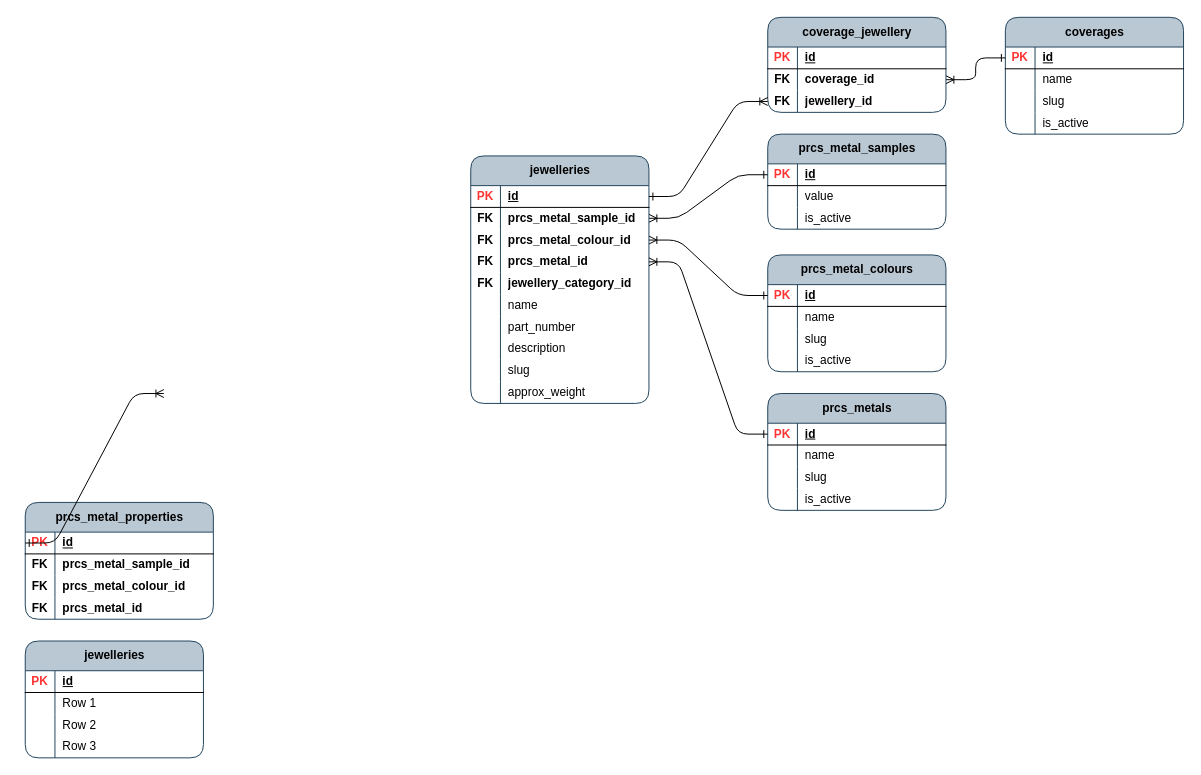
This is page "precious_metals" (5 of 6) of jewellery_items.drawio from acwstudio/app-ben-brumm, a draw.io file, before an edit. Source tidied: cells renumbered, new cells numbered last; positions are measured from the earlier drawing's top-left corner, leaving out a move shared by most shapes. Both pictures are drawn from the tidied source at 99%, with x=0, y=0 at pixel (25, 17).
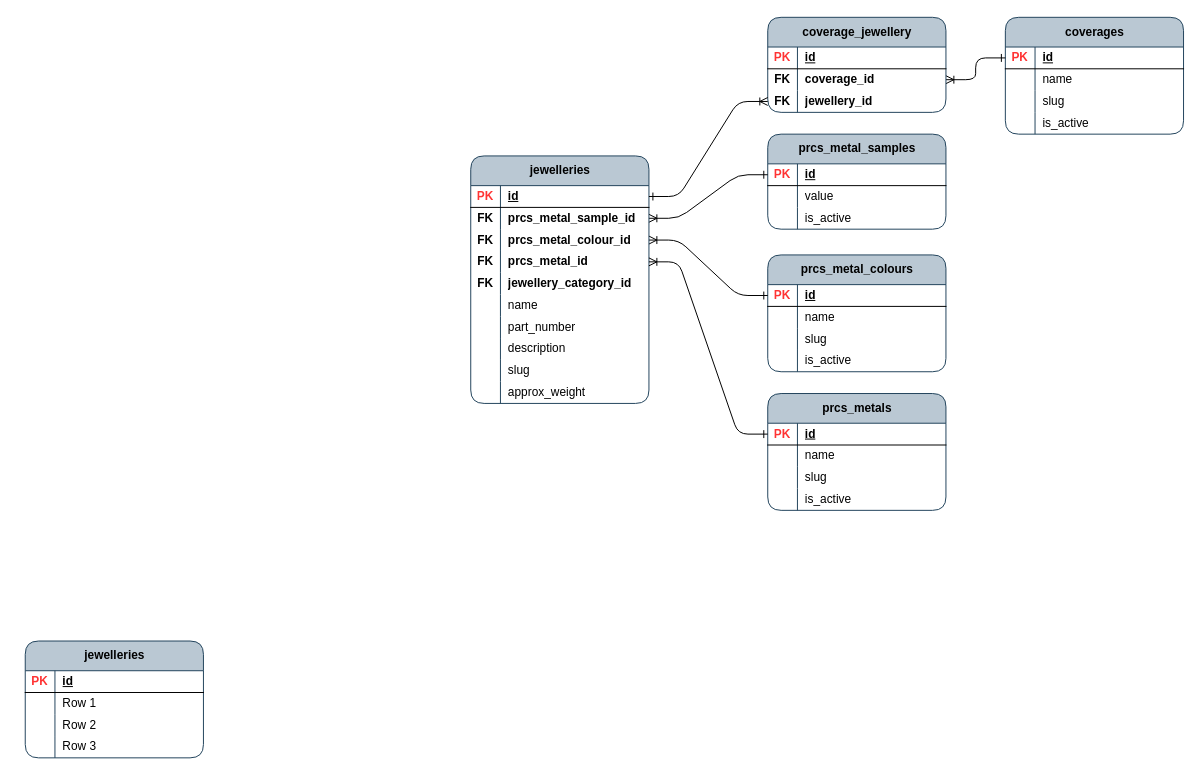
The same diagram, later.

What changed in the source:
```diff
@@
-    <mxCell id="15" value="prcs_metal_properties" style="shape=table;startSize=30;childLayout=tableLayout;rowLines=0;fontStyle=1;align=center;html=1;rounded=1;swimlaneFillColor=none;fillColor=#bac8d3;strokeColor=#23445d;columnLines=1;arcSize=15;" parent="1" vertex="1">
-      <mxGeometry y="490" width="190" height="118" as="geometry" />
-    </mxCell>
-    <mxCell id="16" style="shape=tableRow;horizontal=0;startSize=0;swimlaneHead=0;swimlaneBody=0;fillColor=none;points=[[0,0.5],[1,0.5]];portConstraint=eastwest;top=0;left=0;right=0;bottom=1;rounded=1;" parent="15" vertex="1">
-      <mxGeometry y="30" width="190" height="22" as="geometry" />
-    </mxCell>
-    <mxCell id="17" value="&lt;font color=&quot;#ff3333&quot;&gt;PK&lt;/font&gt;" style="shape=partialRectangle;fillColor=none;top=0;left=0;bottom=0;right=0;fontStyle=1;overflow=hidden;whiteSpace=wrap;html=1;rounded=1;" parent="16" vertex="1">
-      <mxGeometry width="30" height="22" as="geometry" />
-    </mxCell>
-    <mxCell id="18" value="id" style="shape=partialRectangle;fillColor=none;top=0;left=0;bottom=0;right=0;align=left;spacingLeft=6;fontStyle=5;overflow=hidden;whiteSpace=wrap;html=1;rounded=1;" parent="16" vertex="1">
-      <mxGeometry x="30" width="160" height="22" as="geometry" />
-    </mxCell>
-    <mxCell id="19" style="shape=tableRow;horizontal=0;startSize=0;swimlaneHead=0;swimlaneBody=0;fillColor=none;top=0;left=0;right=0;bottom=0;rounded=1;" parent="15" vertex="1">
-      <mxGeometry y="52" width="190" height="22" as="geometry" />
-    </mxCell>
-    <mxCell id="20" value="FK" style="shape=partialRectangle;fillColor=none;top=0;left=0;bottom=0;right=0;overflow=hidden;whiteSpace=wrap;html=1;fontStyle=1;rounded=1;" parent="19" vertex="1">
-      <mxGeometry width="30" height="22" as="geometry" />
-    </mxCell>
-    <mxCell id="21" value="&lt;b&gt;prcs_metal_sample_id&lt;/b&gt;" style="shape=partialRectangle;fillColor=none;top=0;left=0;bottom=0;right=0;align=left;spacingLeft=6;overflow=hidden;whiteSpace=wrap;html=1;rounded=1;" parent="19" vertex="1">
-      <mxGeometry x="30" width="160" height="22" as="geometry" />
-    </mxCell>
-    <mxCell id="22" style="shape=tableRow;horizontal=0;startSize=0;swimlaneHead=0;swimlaneBody=0;fillColor=none;top=0;left=0;right=0;bottom=0;rounded=1;" parent="15" vertex="1">
-      <mxGeometry y="74" width="190" height="22" as="geometry" />
-    </mxCell>
-    <mxCell id="23" value="&lt;b&gt;FK&lt;/b&gt;" style="shape=partialRectangle;fillColor=none;top=0;left=0;bottom=0;right=0;overflow=hidden;whiteSpace=wrap;html=1;rounded=1;" parent="22" vertex="1">
-      <mxGeometry width="30" height="22" as="geometry" />
-    </mxCell>
-    <mxCell id="24" value="&lt;b&gt;prcs_metal_colour_id&lt;/b&gt;" style="shape=partialRectangle;fillColor=none;top=0;left=0;bottom=0;right=0;align=left;spacingLeft=6;overflow=hidden;whiteSpace=wrap;html=1;rounded=1;" parent="22" vertex="1">
-      <mxGeometry x="30" width="160" height="22" as="geometry" />
-    </mxCell>
-    <mxCell id="25" style="shape=tableRow;horizontal=0;startSize=0;swimlaneHead=0;swimlaneBody=0;fillColor=none;top=0;left=0;right=0;bottom=0;rounded=1;" parent="15" vertex="1">
-      <mxGeometry y="96" width="190" height="22" as="geometry" />
-    </mxCell>
-    <mxCell id="26" value="&lt;b&gt;FK&lt;/b&gt;" style="shape=partialRectangle;fillColor=none;top=0;left=0;bottom=0;right=0;overflow=hidden;whiteSpace=wrap;html=1;rounded=1;" parent="25" vertex="1">
-      <mxGeometry width="30" height="22" as="geometry" />
-    </mxCell>
-    <mxCell id="27" value="&lt;b&gt;prcs_metal_id&lt;/b&gt;" style="shape=partialRectangle;fillColor=none;top=0;left=0;bottom=0;right=0;align=left;spacingLeft=6;overflow=hidden;whiteSpace=wrap;html=1;rounded=1;" parent="25" vertex="1">
-      <mxGeometry x="30" width="160" height="22" as="geometry" />
-    </mxCell>
@@
-    <mxCell id="111" style="edgeStyle=entityRelationEdgeStyle;fontSize=12;html=1;endArrow=ERoneToMany;rounded=1;curved=0;endFill=0;startArrow=ERone;startFill=0;exitX=0;exitY=0.5;exitDx=0;exitDy=0;" parent="1" edge="1" source="16">
-      <mxGeometry relative="1" as="geometry">
-        <mxPoint x="140" y="380" as="targetPoint" />
-      </mxGeometry>
-    </mxCell>
```
